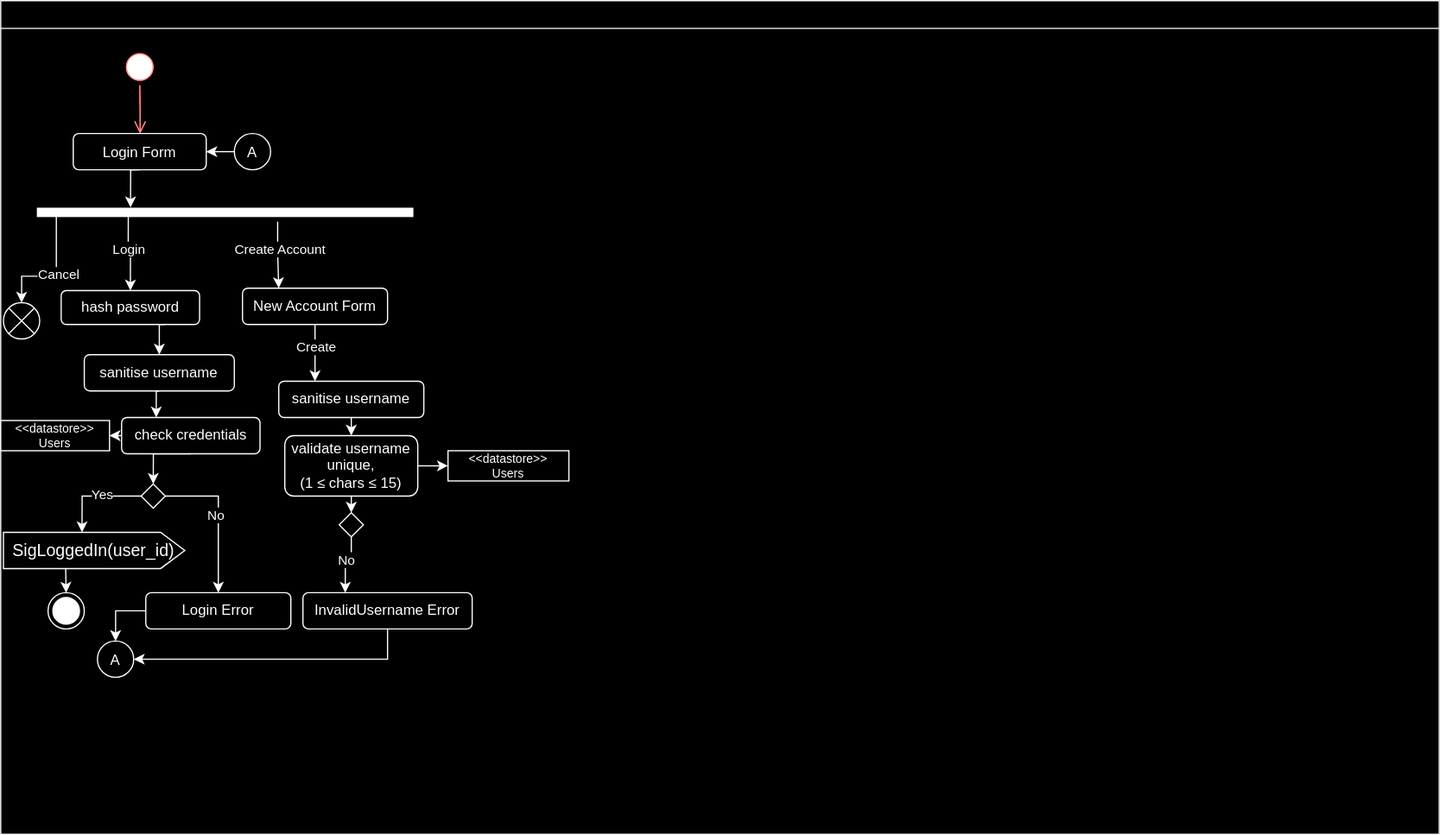
Before: Documentation/images/design/Login_System.svg, a diagram exported from draw.io (JCSnelson/JSnelson-NEA). Source tidied: cells renumbered, new cells last; positions are measured from the earlier drawing's top-left corner, leaving out a move shared by most shapes.
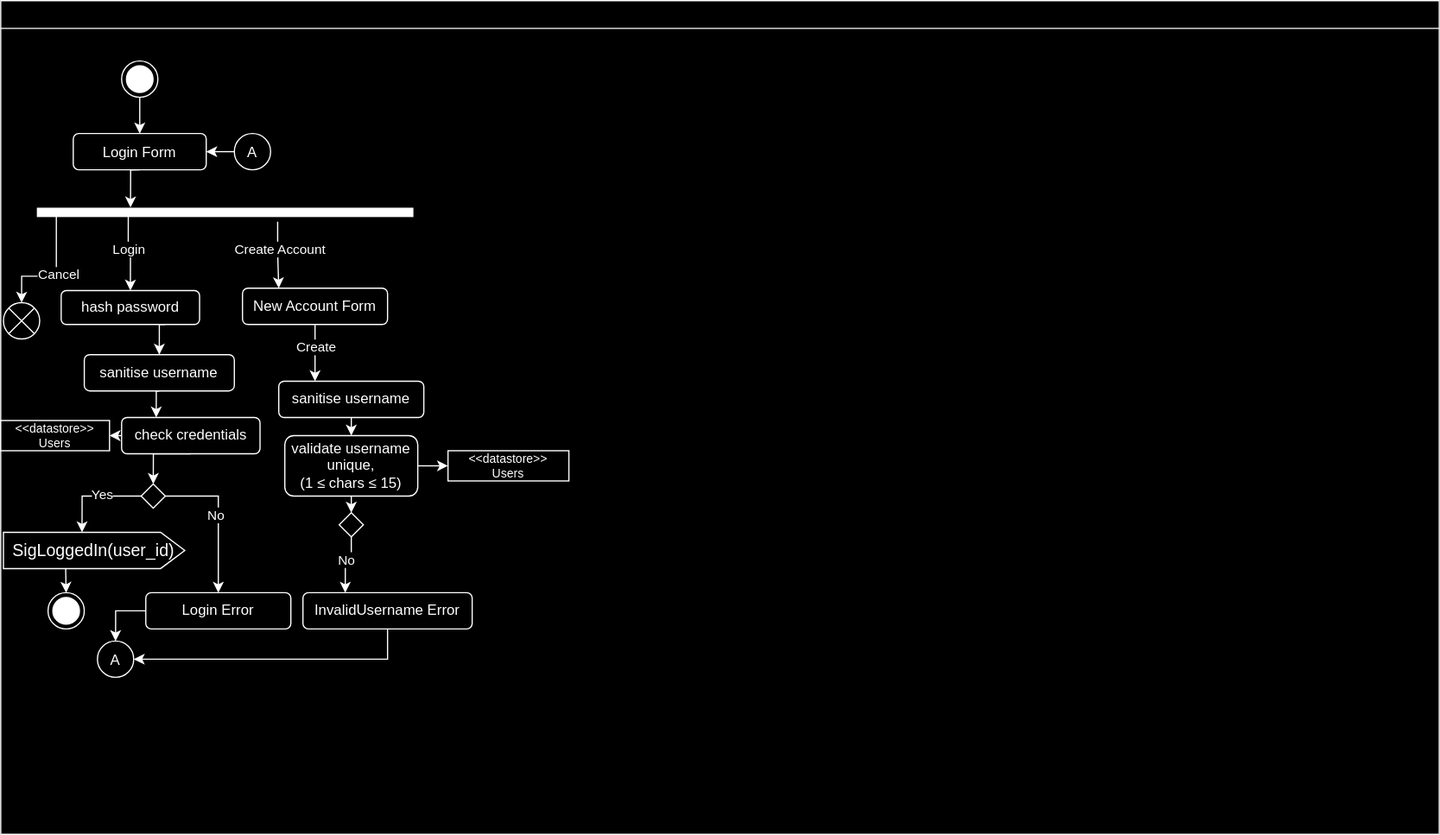
The same file after the commit.

What changed in the source:
```diff
@@ -5,12 +5,6 @@
     <mxCell id="2" style="swimlane;whiteSpace=wrap;" parent="1" vertex="1">
       <mxGeometry width="1190" height="690" as="geometry" />
     </mxCell>
-    <mxCell id="3" style="ellipse;shape=startState;fillColor=#000000;strokeColor=#ff0000;" parent="2" vertex="1">
-      <mxGeometry x="100" y="40" width="30" height="30" as="geometry" />
-    </mxCell>
-    <mxCell id="4" style="edgeStyle=elbowEdgeStyle;elbow=horizontal;verticalAlign=bottom;endArrow=open;endSize=8;strokeColor=#FF0000;endFill=1;rounded=0;" parent="2" edge="1" source="3" target="5">
-      <mxGeometry x="100" y="40" as="geometry" />
-    </mxCell>
     <mxCell id="5" value="Login Form" style="rounded=1;" parent="2" vertex="1">
       <mxGeometry x="60" y="110" width="110" height="30" as="geometry" />
     </mxCell>
@@ -159,5 +153,11 @@
     <mxCell id="49" value="InvalidUsername Error" style="rounded=1;whiteSpace=wrap;html=1;" parent="2" vertex="1">
       <mxGeometry x="250" y="490" width="140" height="30" as="geometry" />
     </mxCell>
+    <mxCell id="50" style="edgeStyle=orthogonalEdgeStyle;rounded=0;jettySize=auto;html=1;exitX=0.5;exitY=1;exitDx=0;exitDy=0;entryX=0.5;entryY=0;entryDx=0;entryDy=0;" parent="2" edge="1" source="51" target="5">
+      <mxGeometry relative="1" as="geometry" />
+    </mxCell>
+    <mxCell id="51" style="ellipse;html=1;shape=endState;fillColor=strokeColor;" parent="2" vertex="1">
+      <mxGeometry x="100" y="50" width="30" height="30" as="geometry" />
+    </mxCell>
   </root>
 </mxGraphModel>
```
